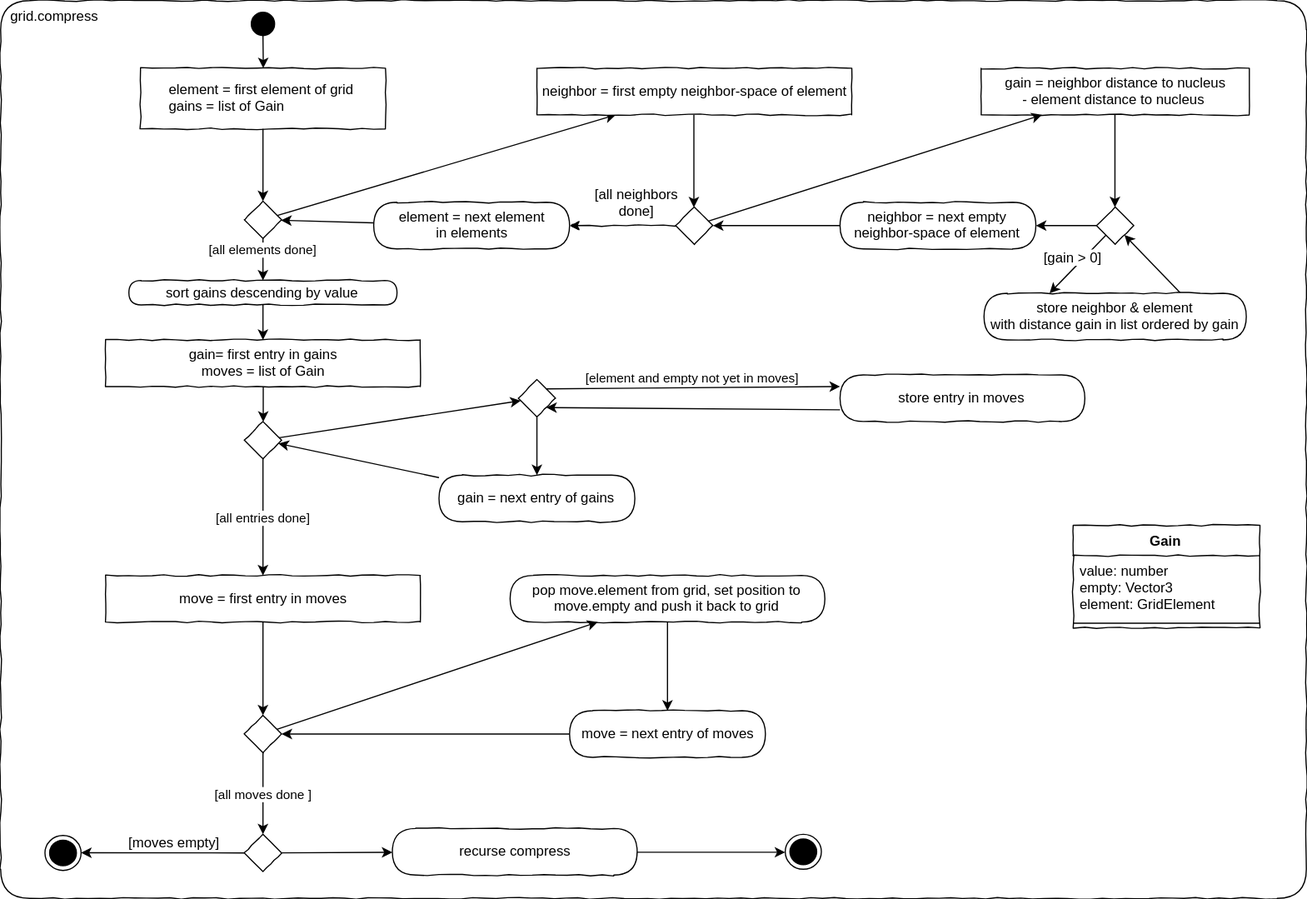
Earlier version of the draw.io export L11_FudgeCraft_Compress/Compress.svg (JirkaDellOro/Prima). Source tidied: cells renumbered, new cells last; positions are measured from the earlier drawing's top-left corner, leaving out a move shared by most shapes.
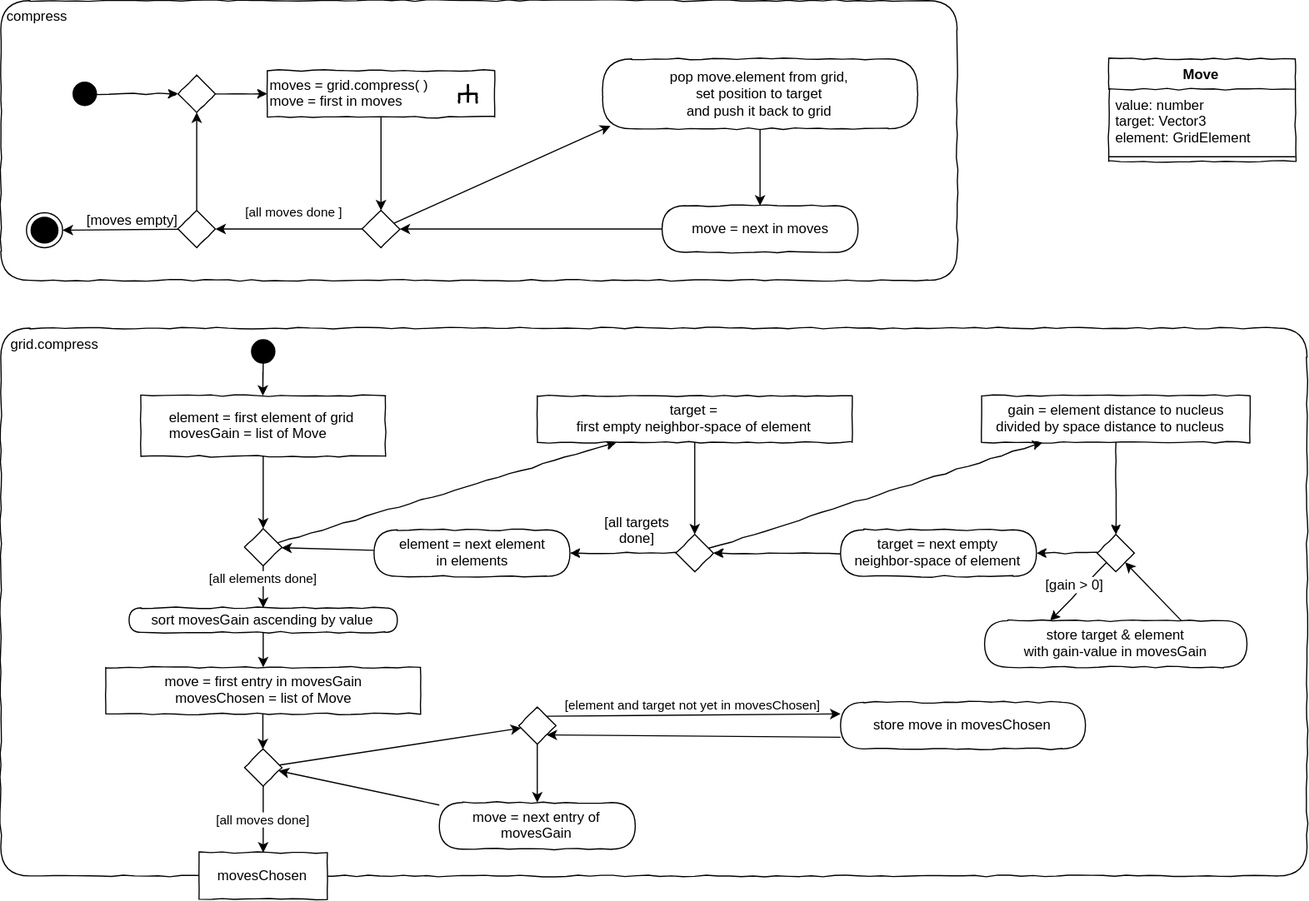
Later version of the same file.

Diff of the diagram source:
```diff
@@ -4,9 +4,12 @@
     <mxCell id="1" parent="0" />
+    <mxCell id="62" value="&lt;div style=&quot;text-align: left&quot;&gt;&amp;nbsp;compress&lt;/div&gt;" style="rounded=1;whiteSpace=wrap;html=1;shadow=0;glass=0;comic=1;strokeColor=#000000;labelPosition=center;verticalLabelPosition=middle;align=left;verticalAlign=top;absoluteArcSize=1;arcSize=50;" parent="1" vertex="1">
+      <mxGeometry y="-281" width="820" height="240" as="geometry" />
+    </mxCell>
     <mxCell id="2" value="&lt;div style=&quot;text-align: left&quot;&gt;&amp;nbsp; grid.compress&lt;/div&gt;" style="rounded=1;whiteSpace=wrap;html=1;shadow=0;glass=0;comic=1;strokeColor=#000000;labelPosition=center;verticalLabelPosition=middle;align=left;verticalAlign=top;absoluteArcSize=1;arcSize=50;" parent="1" vertex="1">
-      <mxGeometry width="1120" height="770" as="geometry" />
+      <mxGeometry width="1120" height="470" as="geometry" />
     </mxCell>
-    <mxCell id="3" style="rounded=0;jettySize=auto;html=1;" parent="1" edge="1" source="30" target="6">
+    <mxCell id="3" style="rounded=0;jettySize=auto;html=1;comic=1;" parent="1" edge="1" source="30" target="6">
       <mxGeometry relative="1" as="geometry" />
     </mxCell>
-    <mxCell id="4" value="&lt;div style=&quot;text-align: left&quot;&gt;element = first element of grid&amp;nbsp;&lt;/div&gt;&lt;div style=&quot;text-align: left&quot;&gt;gains = list of Gain&lt;/div&gt;" style="rounded=0;whiteSpace=wrap;html=1;comic=1;shadow=0;fontFamily=Helvetica;fontSize=12;fontColor=#000000;align=center;strokeColor=#000000;strokeWidth=1;fillColor=#ffffff;" parent="1" vertex="1">
+    <mxCell id="4" value="&lt;div style=&quot;text-align: left&quot;&gt;element = first element of grid&amp;nbsp;&lt;/div&gt;&lt;div style=&quot;text-align: left&quot;&gt;movesGain = list of Move&lt;/div&gt;" style="rounded=0;whiteSpace=wrap;html=1;comic=1;shadow=0;fontFamily=Helvetica;fontSize=12;fontColor=#000000;align=center;strokeColor=#000000;strokeWidth=1;fillColor=#ffffff;" parent="1" vertex="1">
       <mxGeometry x="120" y="58" width="210" height="52" as="geometry" />
@@ -16,3 +19,3 @@
     </mxCell>
-    <mxCell id="6" value="neighbor = first empty neighbor-space of element" style="rounded=0;whiteSpace=wrap;html=1;comic=1;shadow=0;fontFamily=Helvetica;fontSize=12;fontColor=#000000;align=center;strokeColor=#000000;strokeWidth=1;fillColor=#ffffff;" parent="1" vertex="1">
+    <mxCell id="6" value="target = &lt;br&gt;first empty neighbor-space of element" style="rounded=0;whiteSpace=wrap;html=1;comic=1;shadow=0;fontFamily=Helvetica;fontSize=12;fontColor=#000000;align=center;strokeColor=#000000;strokeWidth=1;fillColor=#ffffff;" parent="1" vertex="1">
       <mxGeometry x="460" y="58" width="270" height="40" as="geometry" />
@@ -22,8 +25,5 @@
     </mxCell>
-    <mxCell id="8" value="pop move.element from grid, set position to&lt;br&gt;move.empty and push it back to grid" style="rounded=1;whiteSpace=wrap;html=1;absoluteArcSize=1;arcSize=50;strokeWidth=1;shadow=0;comic=1;" parent="1" vertex="1">
-      <mxGeometry x="437" y="493" width="270" height="40" as="geometry" />
+    <mxCell id="8" value="pop move.element from grid, &lt;br&gt;set position to target &lt;br&gt;and push it back to grid" style="rounded=1;whiteSpace=wrap;html=1;absoluteArcSize=1;arcSize=50;strokeWidth=1;shadow=0;comic=1;" parent="1" vertex="1">
+      <mxGeometry x="516" y="-231" width="270" height="60" as="geometry" />
     </mxCell>
-    <mxCell id="9" value="recurse compress" style="rounded=1;whiteSpace=wrap;html=1;absoluteArcSize=1;arcSize=50;strokeWidth=1;shadow=0;comic=1;" parent="1" vertex="1">
-      <mxGeometry x="336" y="710" width="210" height="40" as="geometry" />
-    </mxCell>
     <mxCell id="10" style="rounded=0;jettySize=auto;html=1;" parent="1" edge="1" source="8" target="47">
@@ -31,9 +31,3 @@
     </mxCell>
-    <mxCell id="11" style="ellipse;html=1;shape=endState;fillColor=#000000;strokeColor=#000000;comic=1;" parent="1" vertex="1">
-      <mxGeometry x="673" y="715" width="31" height="30" as="geometry" />
-    </mxCell>
-    <mxCell id="12" style="edgeStyle=orthogonalEdgeStyle;rounded=0;jettySize=auto;html=1;" parent="1" edge="1" source="9" target="11">
-      <mxGeometry relative="1" as="geometry" />
-    </mxCell>
-    <mxCell id="13" style="rounded=0;jettySize=auto;html=1;" parent="1" edge="1" source="48" target="8">
+    <mxCell id="13" style="rounded=0;jettySize=auto;html=1;entryX=0.025;entryY=0.958;entryDx=0;entryDy=0;entryPerimeter=0;" parent="1" edge="1" source="48" target="8">
       <mxGeometry relative="1" as="geometry" />
@@ -43,9 +37,9 @@
     </mxCell>
-    <mxCell id="15" style="edgeStyle=orthogonalEdgeStyle;rounded=0;jettySize=auto;html=1;" parent="1" edge="1" source="19" target="14">
+    <mxCell id="15" style="edgeStyle=orthogonalEdgeStyle;rounded=0;jettySize=auto;html=1;comic=1;" parent="1" edge="1" source="19" target="14">
       <mxGeometry relative="1" as="geometry" />
     </mxCell>
-    <mxCell id="16" value="store neighbor &amp;amp; element&lt;br&gt;with distance gain in list ordered by gain" style="rounded=1;whiteSpace=wrap;html=1;absoluteArcSize=1;arcSize=50;strokeWidth=1;shadow=0;comic=1;" parent="1" vertex="1">
+    <mxCell id="16" value="store target &amp;amp; element&lt;br&gt;with gain-value in movesGain" style="rounded=1;whiteSpace=wrap;html=1;absoluteArcSize=1;arcSize=50;strokeWidth=1;shadow=0;comic=1;" parent="1" vertex="1">
       <mxGeometry x="843.5" y="251" width="225" height="40" as="geometry" />
     </mxCell>
-    <mxCell id="17" style="rounded=0;jettySize=auto;html=1;entryX=0.25;entryY=0;entryDx=0;entryDy=0;" parent="1" edge="1" source="14" target="16">
+    <mxCell id="17" style="rounded=0;jettySize=auto;html=1;entryX=0.25;entryY=0;entryDx=0;entryDy=0;comic=1;" parent="1" edge="1" source="14" target="16">
       <mxGeometry relative="1" as="geometry" />
@@ -55,3 +49,3 @@
     </mxCell>
-    <mxCell id="19" value="gain = neighbor distance to nucleus &lt;br&gt;- element distance to nucleus&amp;nbsp;" style="rounded=0;whiteSpace=wrap;html=1;comic=1;shadow=0;fontFamily=Helvetica;fontSize=12;fontColor=#000000;align=center;strokeColor=#000000;strokeWidth=1;fillColor=#ffffff;" parent="1" vertex="1">
+    <mxCell id="19" value="gain = element distance to nucleus&lt;br&gt;divided by space distance to nucleus &amp;nbsp;&amp;nbsp;" style="rounded=0;whiteSpace=wrap;html=1;comic=1;shadow=0;fontFamily=Helvetica;fontSize=12;fontColor=#000000;align=center;strokeColor=#000000;strokeWidth=1;fillColor=#ffffff;" parent="1" vertex="1">
       <mxGeometry x="841" y="58" width="230" height="40" as="geometry" />
@@ -61,6 +55,6 @@
     </mxCell>
-    <mxCell id="21" value="gain= first entry in gains&lt;br&gt;moves = list of Gain" style="rounded=0;whiteSpace=wrap;html=1;comic=1;shadow=0;fontFamily=Helvetica;fontSize=12;fontColor=#000000;align=center;strokeColor=#000000;strokeWidth=1;fillColor=#ffffff;" parent="1" vertex="1">
+    <mxCell id="21" value="move = first entry in movesGain&lt;br&gt;movesChosen = list of Move" style="rounded=0;whiteSpace=wrap;html=1;comic=1;shadow=0;fontFamily=Helvetica;fontSize=12;fontColor=#000000;align=center;strokeColor=#000000;strokeWidth=1;fillColor=#ffffff;" parent="1" vertex="1">
       <mxGeometry x="90" y="291" width="270" height="40" as="geometry" />
     </mxCell>
-    <mxCell id="22" style="edgeStyle=orthogonalEdgeStyle;rounded=0;jettySize=auto;html=1;" parent="1" edge="1" source="39" target="36">
+    <mxCell id="22" style="edgeStyle=orthogonalEdgeStyle;rounded=0;jettySize=auto;html=1;comic=1;" parent="1" edge="1" source="39" target="36">
       <mxGeometry relative="1" as="geometry" />
@@ -79,10 +73,10 @@
     </mxCell>
-    <mxCell id="27" value="store entry in moves" style="rounded=1;whiteSpace=wrap;html=1;absoluteArcSize=1;arcSize=50;strokeWidth=1;shadow=0;comic=1;" parent="1" vertex="1">
+    <mxCell id="27" value="store move in movesChosen" style="rounded=1;whiteSpace=wrap;html=1;absoluteArcSize=1;arcSize=50;strokeWidth=1;shadow=0;comic=1;" parent="1" vertex="1">
       <mxGeometry x="720" y="321" width="210" height="40" as="geometry" />
     </mxCell>
-    <mxCell id="28" value="[element and empty not yet in moves]" style="edgeStyle=none;rounded=0;jettySize=auto;html=1;verticalAlign=bottom;entryX=0;entryY=0.25;entryDx=0;entryDy=0;exitX=1;exitY=0;exitDx=0;exitDy=0;" parent="1" edge="1" source="24" target="27">
+    <mxCell id="28" value="[element and target not yet in movesChosen]" style="edgeStyle=none;rounded=0;jettySize=auto;html=1;verticalAlign=bottom;entryX=0;entryY=0.25;entryDx=0;entryDy=0;exitX=1;exitY=0;exitDx=0;exitDy=0;" parent="1" edge="1" source="24" target="27">
       <mxGeometry relative="1" as="geometry" />
     </mxCell>
-    <mxCell id="29" value="move = first entry in moves" style="rounded=0;whiteSpace=wrap;html=1;comic=1;shadow=0;fontFamily=Helvetica;fontSize=12;fontColor=#000000;align=center;strokeColor=#000000;strokeWidth=1;fillColor=#ffffff;" parent="1" vertex="1">
-      <mxGeometry x="90" y="493" width="270" height="40" as="geometry" />
+    <mxCell id="29" value="moves = grid.compress( )&lt;br&gt;move = first in moves" style="rounded=0;whiteSpace=wrap;html=1;comic=1;shadow=0;fontFamily=Helvetica;fontSize=12;fontColor=#000000;align=left;strokeColor=#000000;strokeWidth=1;fillColor=#ffffff;" parent="1" vertex="1">
+      <mxGeometry x="228.5" y="-221" width="195" height="40" as="geometry" />
     </mxCell>
@@ -103,3 +97,3 @@
     </mxCell>
-    <mxCell id="35" style="edgeStyle=none;rounded=0;jettySize=auto;html=1;" parent="1" edge="1" source="36" target="19">
+    <mxCell id="35" style="edgeStyle=none;rounded=0;jettySize=auto;html=1;comic=1;" parent="1" edge="1" source="36" target="19">
       <mxGeometry relative="1" as="geometry" />
@@ -112,3 +106,3 @@
     </mxCell>
-    <mxCell id="38" value="[all neighbors&lt;br&gt;done]" style="text;html=1;align=center;verticalAlign=bottom;labelBackgroundColor=#ffffff;" parent="37" vertex="1">
+    <mxCell id="38" value="[all targets&lt;br&gt;done]" style="text;html=1;align=center;verticalAlign=bottom;labelBackgroundColor=#ffffff;" parent="37" vertex="1">
       <mxGeometry x="-0.77" y="3" relative="1" as="geometry">
@@ -117,11 +111,8 @@
     </mxCell>
-    <mxCell id="39" value="neighbor = next empty neighbor-space of element" style="rounded=1;whiteSpace=wrap;html=1;absoluteArcSize=1;arcSize=50;strokeWidth=1;shadow=0;comic=1;" parent="1" vertex="1">
+    <mxCell id="39" value="target = next empty &lt;br&gt;neighbor-space of element" style="rounded=1;whiteSpace=wrap;html=1;absoluteArcSize=1;arcSize=50;strokeWidth=1;shadow=0;comic=1;" parent="1" vertex="1">
       <mxGeometry x="720" y="173" width="168" height="40" as="geometry" />
     </mxCell>
-    <mxCell id="40" style="edgeStyle=orthogonalEdgeStyle;rounded=0;jettySize=auto;html=1;" parent="1" edge="1" source="14" target="39">
+    <mxCell id="40" style="edgeStyle=orthogonalEdgeStyle;rounded=0;jettySize=auto;html=1;comic=1;" parent="1" edge="1" source="14" target="39">
       <mxGeometry relative="1" as="geometry" />
     </mxCell>
-    <mxCell id="41" value="[all entries done]" style="edgeStyle=none;rounded=0;jettySize=auto;html=1;" parent="1" edge="1" source="43" target="29">
-      <mxGeometry relative="1" as="geometry" />
-    </mxCell>
     <mxCell id="42" style="edgeStyle=none;rounded=0;jettySize=auto;html=1;" parent="1" edge="1" source="43" target="24">
@@ -135,3 +126,3 @@
     </mxCell>
-    <mxCell id="45" value="gain = next entry of gains" style="rounded=1;whiteSpace=wrap;html=1;absoluteArcSize=1;arcSize=50;strokeWidth=1;shadow=0;comic=1;" parent="1" vertex="1">
+    <mxCell id="45" value="move = next entry of movesGain" style="rounded=1;whiteSpace=wrap;html=1;absoluteArcSize=1;arcSize=50;strokeWidth=1;shadow=0;comic=1;" parent="1" vertex="1">
       <mxGeometry x="376" y="407" width="168" height="40" as="geometry" />
@@ -141,7 +132,7 @@
     </mxCell>
-    <mxCell id="47" value="move = next entry of moves" style="rounded=1;whiteSpace=wrap;html=1;absoluteArcSize=1;arcSize=50;strokeWidth=1;shadow=0;comic=1;" parent="1" vertex="1">
-      <mxGeometry x="488" y="609" width="168" height="40" as="geometry" />
+    <mxCell id="47" value="move = next in moves" style="rounded=1;whiteSpace=wrap;html=1;absoluteArcSize=1;arcSize=50;strokeWidth=1;shadow=0;comic=1;" parent="1" vertex="1">
+      <mxGeometry x="567" y="-105" width="168" height="40" as="geometry" />
     </mxCell>
     <mxCell id="48" style="rhombus;whiteSpace=wrap;html=1;rounded=0;shadow=0;glass=0;comic=1;strokeColor=#000000;align=left;" parent="1" vertex="1">
-      <mxGeometry x="209" y="613" width="32" height="32" as="geometry" />
+      <mxGeometry x="310" y="-101" width="32" height="32" as="geometry" />
     </mxCell>
@@ -150,6 +141,6 @@
     </mxCell>
-    <mxCell id="50" value="[all moves done ]" style="edgeStyle=none;rounded=0;jettySize=auto;html=1;" parent="1" edge="1" source="48" target="52">
-      <mxGeometry relative="1" as="geometry" />
+    <mxCell id="50" value="[all moves done ]" style="edgeStyle=none;rounded=0;jettySize=auto;html=1;verticalAlign=bottom;" parent="1" edge="1" source="48" target="52">
+      <mxGeometry x="-0.08" y="-6" relative="1" as="geometry" />
     </mxCell>
-    <mxCell id="51" style="edgeStyle=none;rounded=0;jettySize=auto;html=1;" parent="1" edge="1" source="52" target="9">
+    <mxCell id="51" style="edgeStyle=none;rounded=0;jettySize=auto;html=1;" parent="1" edge="1" source="52" target="70">
       <mxGeometry relative="1" as="geometry" />
@@ -157,6 +148,6 @@
     <mxCell id="52" style="rhombus;whiteSpace=wrap;html=1;rounded=0;shadow=0;glass=0;comic=1;strokeColor=#000000;align=left;" parent="1" vertex="1">
-      <mxGeometry x="209" y="715" width="32" height="32" as="geometry" />
+      <mxGeometry x="152" y="-101" width="32" height="32" as="geometry" />
     </mxCell>
     <mxCell id="53" style="ellipse;html=1;shape=endState;fillColor=#000000;strokeColor=#000000;comic=1;" parent="1" vertex="1">
-      <mxGeometry x="38" y="716" width="31" height="30" as="geometry" />
+      <mxGeometry x="22" y="-99" width="31" height="30" as="geometry" />
     </mxCell>
@@ -167,3 +158,3 @@
       <mxGeometry x="-0.66" y="1" relative="1" as="geometry">
-        <mxPoint x="-36" y="-2" as="offset" />
+        <mxPoint x="-23" y="-1.5" as="offset" />
       </mxGeometry>
@@ -173,3 +164,3 @@
     </mxCell>
-    <mxCell id="57" value="sort gains descending by value" style="rounded=1;whiteSpace=wrap;html=1;absoluteArcSize=1;arcSize=50;strokeWidth=1;shadow=0;comic=1;" parent="1" vertex="1">
+    <mxCell id="57" value="sort movesGain ascending by value" style="rounded=1;whiteSpace=wrap;html=1;absoluteArcSize=1;arcSize=50;strokeWidth=1;shadow=0;comic=1;" parent="1" vertex="1">
       <mxGeometry x="110" y="240" width="230" height="21" as="geometry" />
@@ -179,6 +170,6 @@
     </mxCell>
-    <mxCell id="59" value="Gain" style="swimlane;fontStyle=1;align=center;verticalAlign=top;horizontal=1;startSize=26;rounded=0;shadow=0;comic=1;strokeWidth=1;" parent="1" vertex="1">
-      <mxGeometry x="920" y="450" width="160" height="88" as="geometry" />
+    <mxCell id="59" value="Move" style="swimlane;fontStyle=1;align=center;verticalAlign=top;horizontal=1;startSize=26;rounded=0;shadow=0;comic=1;strokeWidth=1;" parent="1" vertex="1">
+      <mxGeometry x="950" y="-231" width="160" height="88" as="geometry" />
     </mxCell>
-    <mxCell id="60" value="value: number&#10;empty: Vector3&#10;element: GridElement" style="text;strokeColor=none;fillColor=none;align=left;verticalAlign=top;spacingLeft=4;spacingRight=4;overflow=hidden;" parent="59" vertex="1">
+    <mxCell id="60" value="value: number&#10;target: Vector3&#10;element: GridElement" style="text;strokeColor=none;fillColor=none;align=left;verticalAlign=top;spacingLeft=4;spacingRight=4;overflow=hidden;" parent="59" vertex="1">
       <mxGeometry y="26" width="160" height="54" as="geometry" />
@@ -188,2 +179,29 @@
     </mxCell>
+    <mxCell id="63" value="&lt;div style=&quot;text-align: left&quot;&gt;movesChosen&lt;/div&gt;" style="rounded=0;whiteSpace=wrap;html=1;comic=1;" parent="1" vertex="1">
+      <mxGeometry x="170" y="450" width="110" height="40" as="geometry" />
+    </mxCell>
+    <mxCell id="64" value="[all moves done]" style="edgeStyle=none;rounded=0;jettySize=auto;html=1;" parent="1" edge="1" source="43" target="63">
+      <mxGeometry relative="1" as="geometry" />
+    </mxCell>
+    <mxCell id="65" style="ellipse;whiteSpace=wrap;html=1;rounded=0;shadow=0;comic=0;labelBackgroundColor=none;strokeColor=#000000;strokeWidth=1;fillColor=#000000;fontFamily=Verdana;fontSize=12;fontColor=#000000;align=center;comic=1;" parent="1" vertex="1">
+      <mxGeometry x="62" y="-211" width="20" height="20" as="geometry" />
+    </mxCell>
+    <mxCell id="66" style="rounded=0;comic=1;jettySize=auto;html=1;" parent="1" edge="1" source="70" target="29">
+      <mxGeometry relative="1" as="geometry" />
+    </mxCell>
+    <mxCell id="67" style="group;rotation=90;" parent="1" vertex="1">
+      <mxGeometry x="391" y="-213.5" width="20" height="20" as="geometry" />
+    </mxCell>
+    <mxCell id="68" style="strokeWidth=2;html=1;shape=mxgraph.flowchart.annotation_2;align=left;rounded=1;comic=1;rotation=90;" parent="67" vertex="1">
+      <mxGeometry x="2" y="5" width="15" height="15" as="geometry" />
+    </mxCell>
+    <mxCell id="69" style="endArrow=none;html=1;entryX=0.508;entryY=0.487;entryPerimeter=0;exitX=1;exitY=0.5;exitPerimeter=0;strokeWidth=2;" parent="67" edge="1" source="68" target="68">
+      <mxGeometry relative="1" as="geometry" />
+    </mxCell>
+    <mxCell id="70" style="rhombus;whiteSpace=wrap;html=1;rounded=0;shadow=0;glass=0;comic=1;strokeColor=#000000;align=left;" parent="1" vertex="1">
+      <mxGeometry x="152" y="-217" width="32" height="32" as="geometry" />
+    </mxCell>
+    <mxCell id="71" style="rounded=0;comic=1;jettySize=auto;html=1;" parent="1" edge="1" source="65" target="70">
+      <mxGeometry relative="1" as="geometry" />
+    </mxCell>
   </root>
```
